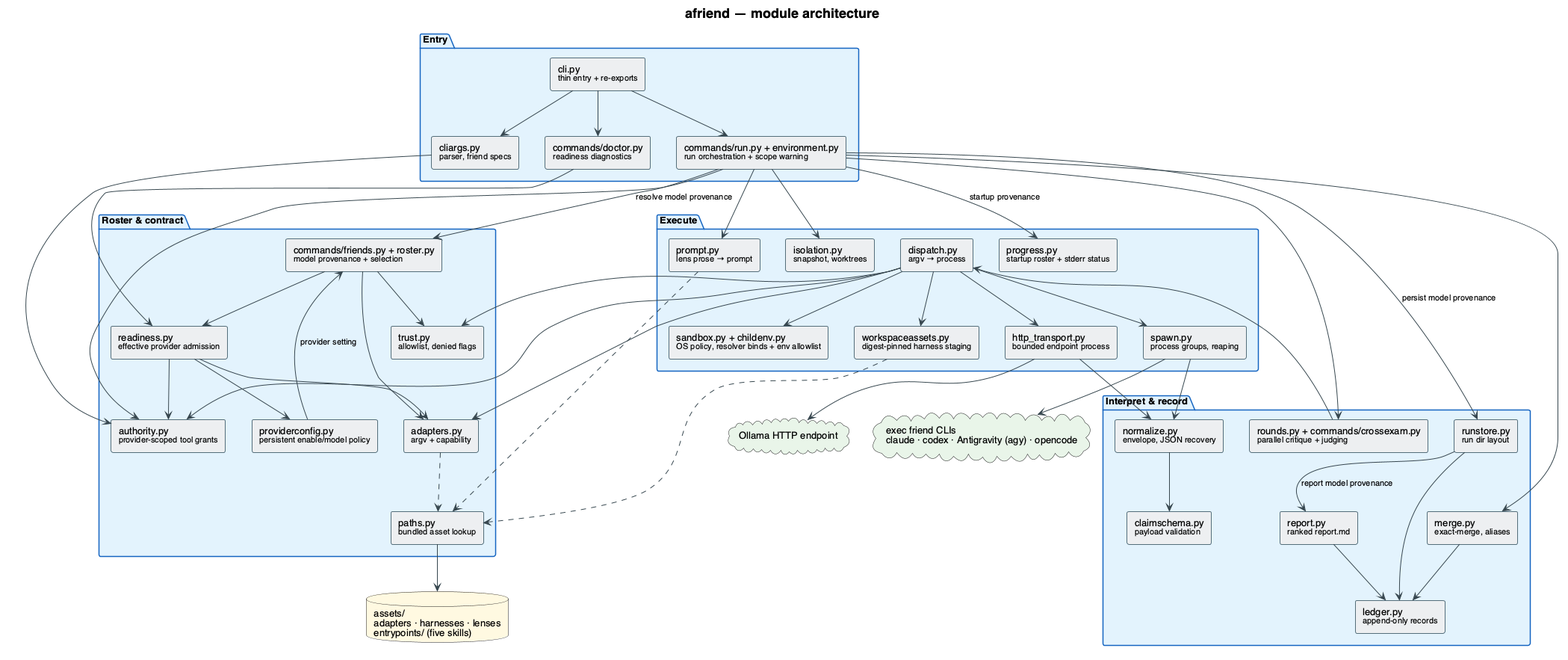
Above: docs/architecture/components.png in livingstaccato/afriend (PlantUML), before the change.
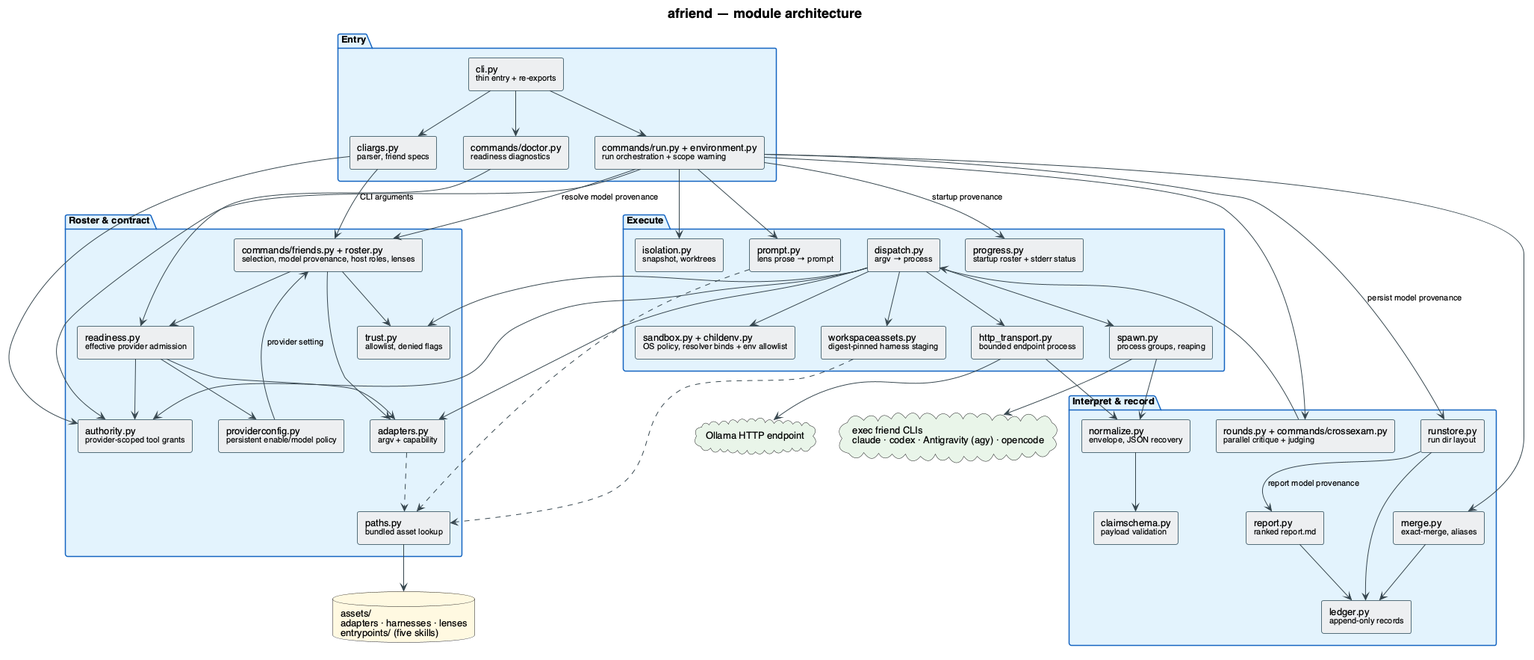
The same file after the commit.

Commit message:
docs: restore roster flow diagram

The edit, as a diff of the source:
```diff
@@ -32,7 +32,7 @@
 }
 
 package "Roster & contract" {
-  rectangle "commands/friends.py + roster.py\n<size:11>model provenance + selection</size>" as ROSTER
+  rectangle "commands/friends.py + roster.py\n<size:11>selection, model provenance, host roles, lenses</size>" as ROSTER
   rectangle "providerconfig.py\n<size:11>persistent enable/model policy</size>" as PCONFIG
   rectangle "readiness.py\n<size:11>effective provider admission</size>" as READY
   rectangle "authority.py\n<size:11>provider-scoped tool grants</size>" as AUTH
@@ -80,6 +80,7 @@
 RUN --> PROGRESS : startup provenance
 
 ARGS --> AUTH
+ARGS --> ROSTER : CLI arguments
 ROSTER --> ADAPT
 ROSTER --> READY
 ROSTER --> TRUST
```
